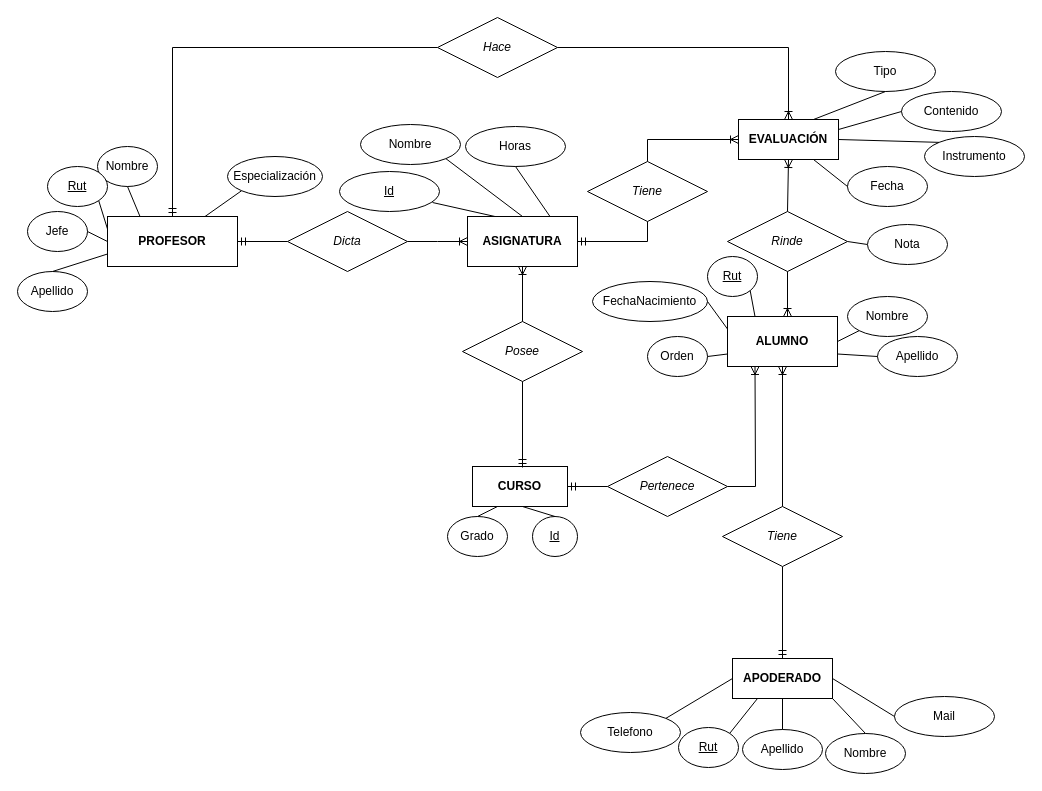
The draw.io diagram Mer colegio modificado 2.drawio in Javierlq/proyectoBD, before the edit. Source tidied: cells renumbered, new cells numbered last; positions are measured from the earlier drawing's top-left corner, leaving out a move shared by most shapes. Both pictures are drawn from the tidied source at 100%, with x=0, y=0 at pixel (17, 17).
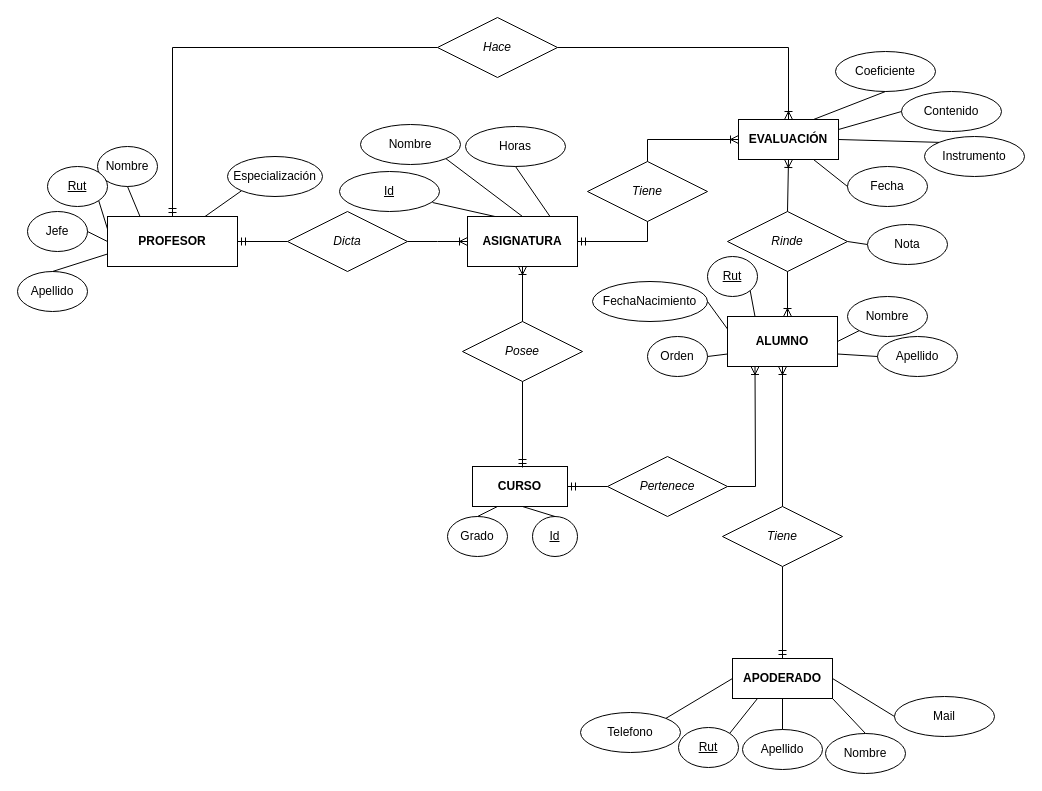
The same diagram, later.

Commit message:
Modificación atributo Tipo por Coeficiente en entidad Evaluación

Change to the diagram source:
```diff
@@
-    <mxCell id="66" value="Tipo" style="ellipse;whiteSpace=wrap;html=1;align=center;" parent="1" vertex="1">
+    <mxCell id="66" value="Coeficiente" style="ellipse;whiteSpace=wrap;html=1;align=center;" parent="1" vertex="1">
       <mxGeometry x="818" y="34" width="100" height="40" as="geometry" />
     </mxCell>
```
